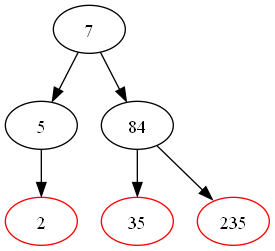
Earlier version of the Graphviz export RedBlackTree/tree.png (kirathenics/RedBlackTree). Its source is kept beside it as RedBlackTree/tree.dot.
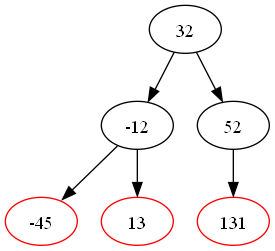
Above is the later version.

Change to the diagram source:
```diff
@@ -1,13 +1,13 @@
 digraph BinarySearchTree {
-"7" [color=black]
-"7" -> "5"
-"5" [color=black]
-"5" -> "2"
-"2" [color=red]
-"7" -> "84"
-"84" [color=black]
-"84" -> "35"
-"35" [color=red]
-"84" -> "235"
-"235" [color=red]
+"32" [color=black]
+"32" -> "-12"
+"-12" [color=black]
+"-12" -> "-45"
+"-45" [color=red]
+"-12" -> "13"
+"13" [color=red]
+"32" -> "52"
+"52" [color=black]
+"52" -> "131"
+"131" [color=red]
 }
```
